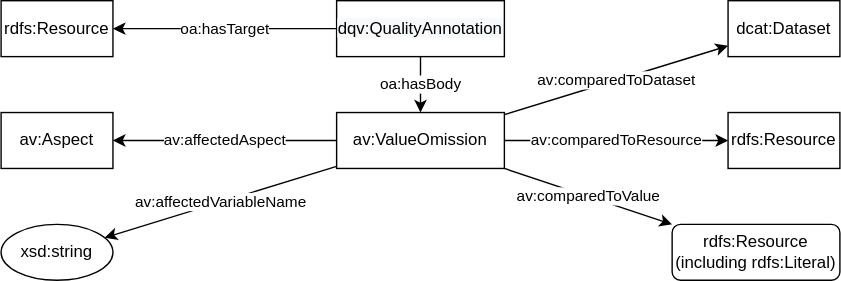
Before: issueGraph.svg, a diagram exported from draw.io (fusion-jena/abecto-vocabulary). Source tidied: cells renumbered, new cells last; positions are measured from the earlier drawing's top-left corner, leaving out a move shared by most shapes.
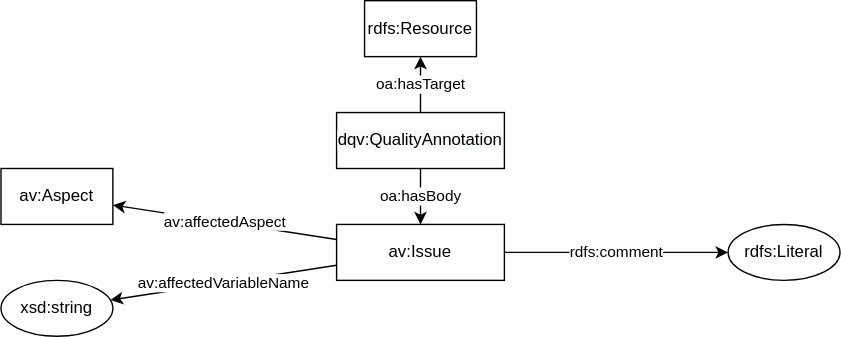
After the change.

The edit, as a diff of the source:
```diff
@@ -5,11 +5,11 @@
     <mxCell id="2" value="oa:hasTarget" style="edgeStyle=none;rounded=0;jettySize=auto;html=1;" parent="1" edge="1" source="15" target="12">
       <mxGeometry relative="1" as="geometry" />
     </mxCell>
-    <mxCell id="3" value="av:comparedToResource" style="edgeStyle=none;rounded=0;jettySize=auto;html=1;" parent="1" edge="1" source="4" target="11">
-      <mxGeometry relative="1" as="geometry" />
-    </mxCell>
+    <mxCell id="17" value="rdfs:comment" style="edgeStyle=orthogonalEdgeStyle;rounded=0;jettySize=auto;html=1;" parent="1" edge="1" source="4" target="18">
+      <mxGeometry relative="1" as="geometry" />
+    </mxCell>
-    <mxCell id="4" value="av:ValueOmission" style="whiteSpace=wrap;html=1;" parent="1" vertex="1">
-      <mxGeometry x="240" y="80" width="120" height="40" as="geometry" />
+    <mxCell id="4" value="av:Issue" style="whiteSpace=wrap;html=1;" parent="1" vertex="1">
+      <mxGeometry x="240" y="160" width="120" height="40" as="geometry" />
     </mxCell>
     <mxCell id="5" value="av:affectedAspect" style="edgeStyle=none;rounded=0;jettySize=auto;html=1;" parent="1" edge="1" source="4" target="8">
       <mxGeometry relative="1" as="geometry" />
@@ -18,34 +18,22 @@
       <mxGeometry relative="1" as="geometry" />
     </mxCell>
     <mxCell id="7" value="xsd:string" style="ellipse;whiteSpace=wrap;html=1;" parent="1" vertex="1">
-      <mxGeometry y="160" width="80" height="40" as="geometry" />
+      <mxGeometry y="200" width="80" height="40" as="geometry" />
     </mxCell>
     <mxCell id="8" value="av:Aspect" style="whiteSpace=wrap;html=1;" parent="1" vertex="1">
-      <mxGeometry y="80" width="80" height="40" as="geometry" />
+      <mxGeometry y="120" width="80" height="40" as="geometry" />
     </mxCell>
-    <mxCell id="9" value="dcat:Dataset" style="whiteSpace=wrap;html=1;" parent="1" vertex="1">
-      <mxGeometry x="520" width="80" height="40" as="geometry" />
-    </mxCell>
-    <mxCell id="10" value="av:comparedToDataset" style="jettySize=auto;html=1;" parent="1" edge="1" source="4" target="9">
-      <mxGeometry relative="1" as="geometry" />
-    </mxCell>
-    <mxCell id="11" value="rdfs:Resource" style="whiteSpace=wrap;html=1;" parent="1" vertex="1">
-      <mxGeometry x="520" y="80" width="80" height="40" as="geometry" />
-    </mxCell>
     <mxCell id="12" value="rdfs:Resource" style="whiteSpace=wrap;html=1;" parent="1" vertex="1">
-      <mxGeometry width="80" height="40" as="geometry" />
+      <mxGeometry x="260" width="80" height="40" as="geometry" />
     </mxCell>
-    <mxCell id="13" value="av:comparedToValue" style="edgeStyle=none;rounded=0;jettySize=auto;html=1;" parent="1" edge="1" source="4" target="14">
-      <mxGeometry relative="1" as="geometry" />
-    </mxCell>
-    <mxCell id="14" value="rdfs:Resource (including rdfs:Literal)" style="whiteSpace=wrap;html=1;rounded=1;" parent="1" vertex="1">
-      <mxGeometry x="480" y="160" width="120" height="40" as="geometry" />
-    </mxCell>
     <mxCell id="15" value="&lt;meta charset=&quot;utf-8&quot;&gt;&lt;span style=&quot;color: rgb(0, 0, 0); font-family: helvetica; font-size: 12px; font-style: normal; font-weight: 400; letter-spacing: normal; text-align: left; text-indent: 0px; text-transform: none; word-spacing: 0px; background-color: rgb(248, 249, 250); display: inline; float: none;&quot;&gt;dqv:QualityAnnotation&lt;/span&gt;" style="whiteSpace=wrap;html=1;" parent="1" vertex="1">
-      <mxGeometry x="240" width="120" height="40" as="geometry" />
+      <mxGeometry x="240" y="80" width="120" height="40" as="geometry" />
     </mxCell>
     <mxCell id="16" value="oa:hasBody" style="edgeStyle=none;rounded=0;jettySize=auto;html=1;" parent="1" edge="1" source="15" target="4">
       <mxGeometry relative="1" as="geometry" />
     </mxCell>
+    <mxCell id="18" value="rdfs:Literal" style="ellipse;whiteSpace=wrap;html=1;" parent="1" vertex="1">
+      <mxGeometry x="520" y="160" width="80" height="40" as="geometry" />
+    </mxCell>
   </root>
 </mxGraphModel>
```
